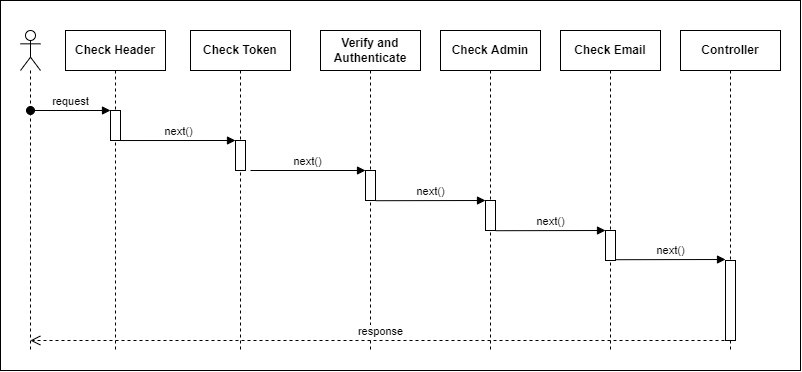
Before: UML/Sequence_Middleware_Admin.png, a diagram exported from draw.io (ChriAsc/ProjectGraph_pa). Source tidied: cells renumbered, new cells last; positions are measured from the earlier drawing's top-left corner, leaving out a move shared by most shapes.
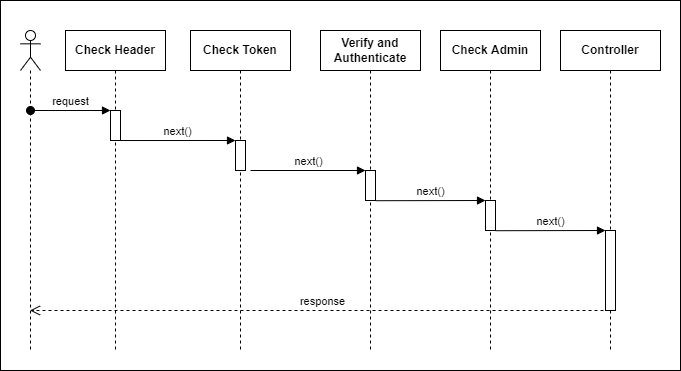
Above is the later version.

Commit message:
modifiche all'UML admin

Change to the diagram source:
```diff
@@ -3,7 +3,7 @@
     <mxCell id="0" />
     <mxCell id="1" parent="0" />
     <mxCell id="2" style="html=1;" parent="1" vertex="1">
-      <mxGeometry width="800" height="370" as="geometry" />
+      <mxGeometry width="680" height="370" as="geometry" />
     </mxCell>
     <mxCell id="3" value="&lt;span style=&quot;font-weight: 700;&quot;&gt;Verify and&lt;/span&gt;&lt;br style=&quot;padding: 0px; margin: 0px; font-weight: 700;&quot;&gt;&lt;span style=&quot;font-weight: 700;&quot;&gt;Authenticate&lt;/span&gt;" style="shape=umlLifeline;perimeter=lifelinePerimeter;whiteSpace=wrap;html=1;" parent="1" vertex="1">
       <mxGeometry x="320" y="30" width="100" height="320" as="geometry" />
@@ -46,37 +46,24 @@
       <mxGeometry relative="1" as="geometry" />
     </mxCell>
     <mxCell id="15" value="&lt;b&gt;Controller&lt;/b&gt;" style="shape=umlLifeline;perimeter=lifelinePerimeter;whiteSpace=wrap;html=1;" parent="1" vertex="1">
-      <mxGeometry x="680" y="30" width="100" height="320" as="geometry" />
+      <mxGeometry x="560" y="30" width="100" height="320" as="geometry" />
     </mxCell>
     <mxCell id="16" style="html=1;perimeter=orthogonalPerimeter;" parent="15" vertex="1">
-      <mxGeometry x="45" y="230" width="10" height="80" as="geometry" />
+      <mxGeometry x="45" y="200" width="10" height="80" as="geometry" />
     </mxCell>
-    <mxCell id="17" value="response" style="html=1;verticalAlign=bottom;endArrow=open;dashed=1;endSize=8;rounded=0;" parent="15" edge="1">
+    <mxCell id="17" value="response" style="html=1;verticalAlign=bottom;endArrow=open;dashed=1;endSize=8;rounded=0;" parent="15" edge="1" target="18">
       <mxGeometry relative="1" as="geometry">
-        <mxPoint x="50" y="310" as="sourcePoint" />
-        <mxPoint x="-650.2" y="310" as="targetPoint" />
+        <mxPoint x="55" y="280" as="sourcePoint" />
       </mxGeometry>
     </mxCell>
     <mxCell id="18" style="shape=umlLifeline;participant=umlActor;perimeter=lifelinePerimeter;whiteSpace=wrap;html=1;verticalAlign=top;spacingTop=36;outlineConnect=0;" parent="1" vertex="1">
       <mxGeometry x="20" y="30" width="20" height="320" as="geometry" />
     </mxCell>
-    <mxCell id="19" value="&lt;b&gt;Check Email&lt;/b&gt;" style="shape=umlLifeline;perimeter=lifelinePerimeter;whiteSpace=wrap;html=1;" parent="1" vertex="1">
-      <mxGeometry x="560" y="30" width="100" height="320" as="geometry" />
-    </mxCell>
-    <mxCell id="20" style="html=1;perimeter=orthogonalPerimeter;" parent="19" vertex="1">
-      <mxGeometry x="45" y="200" width="10" height="30" as="geometry" />
-    </mxCell>
     <mxCell id="21" value="next()" style="html=1;verticalAlign=bottom;endArrow=block;entryX=0;entryY=0;rounded=0;exitX=1.008;exitY=1.007;exitDx=0;exitDy=0;exitPerimeter=0;" parent="1" edge="1">
       <mxGeometry relative="1" as="geometry">
         <mxPoint x="495.1" y="230.2" as="sourcePoint" />
         <mxPoint x="605" y="230" as="targetPoint" />
       </mxGeometry>
     </mxCell>
-    <mxCell id="22" value="next()" style="html=1;verticalAlign=bottom;endArrow=block;entryX=0;entryY=0;rounded=0;exitX=1.008;exitY=1.007;exitDx=0;exitDy=0;exitPerimeter=0;" parent="1" edge="1">
-      <mxGeometry relative="1" as="geometry">
-        <mxPoint x="615.1" y="259.2" as="sourcePoint" />
-        <mxPoint x="725" y="259" as="targetPoint" />
-      </mxGeometry>
-    </mxCell>
   </root>
 </mxGraphModel>
```
